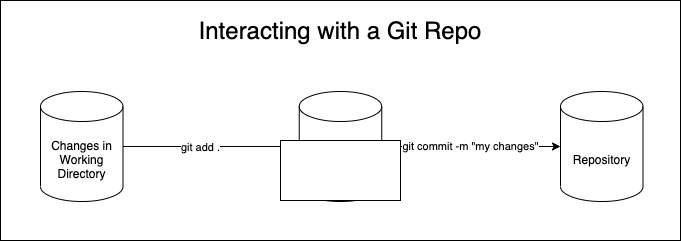
learn-co-students/SENG-LIVE-121321-phase-1 keeps this draw.io diagram as assets/git-basics.png. Above is the earlier version. Source tidied: cells renumbered, new cells last; positions are measured from the earlier drawing's top-left corner, leaving out a move shared by most shapes.
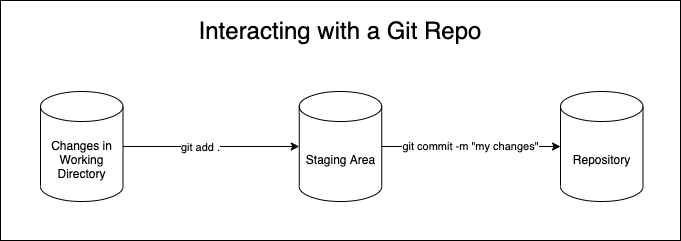
After the change.

Commit message:
add solution to big o lecture

Diff of the diagram source:
```diff
@@ -26,8 +26,5 @@
     <mxCell id="9" value="&lt;span style=&quot;font-size: 24px&quot;&gt;Interacting with a Git Repo&lt;/span&gt;" style="text;html=1;strokeColor=none;fillColor=none;align=center;verticalAlign=middle;whiteSpace=wrap;rounded=0;" parent="1" vertex="1">
       <mxGeometry width="680" height="60" as="geometry" />
     </mxCell>
-    <mxCell id="10" style="whiteSpace=wrap;html=1;" parent="1" vertex="1">
-      <mxGeometry x="280" y="140" width="120" height="60" as="geometry" />
-    </mxCell>
   </root>
 </mxGraphModel>
```
